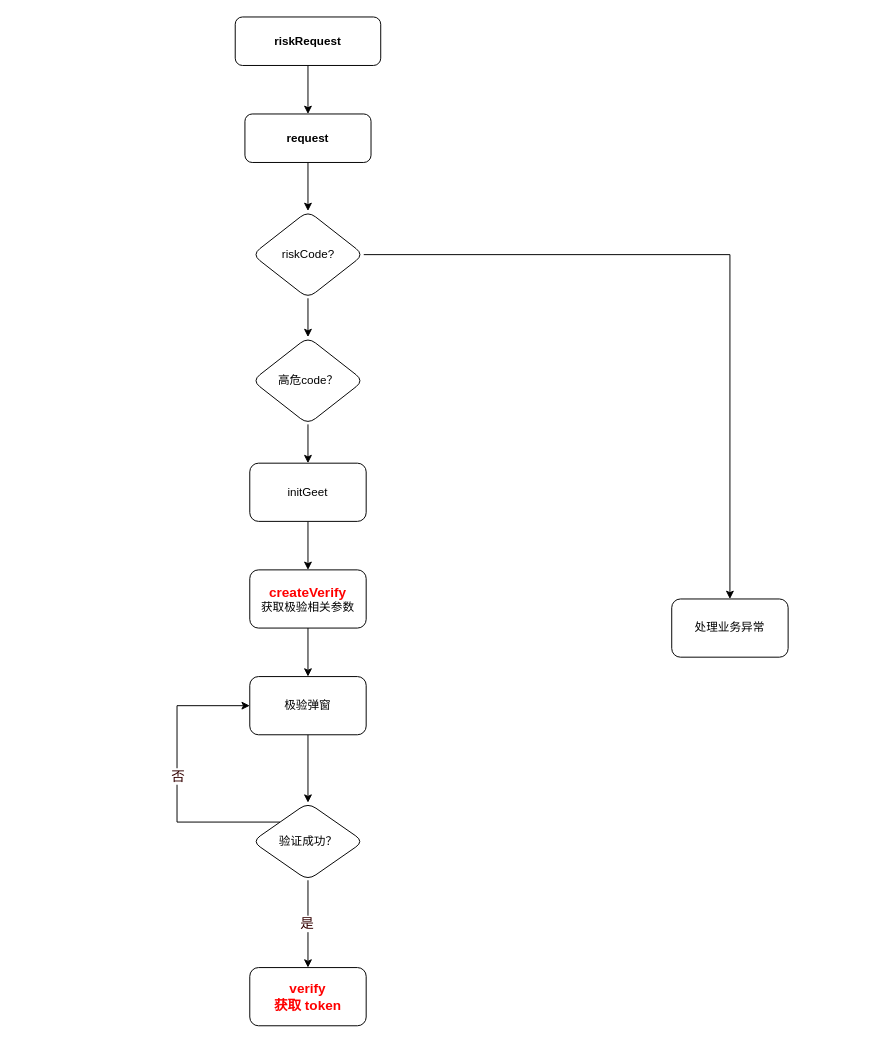
Earlier version of the draw.io diagram riskrequest.drawio (coderyyx/react-captcha). Source tidied: cells renumbered, new cells numbered last; positions are measured from the earlier drawing's top-left corner, leaving out a move shared by most shapes. Both pictures are drawn from the tidied source at 97%, with x=0, y=0 at pixel (177, 16).
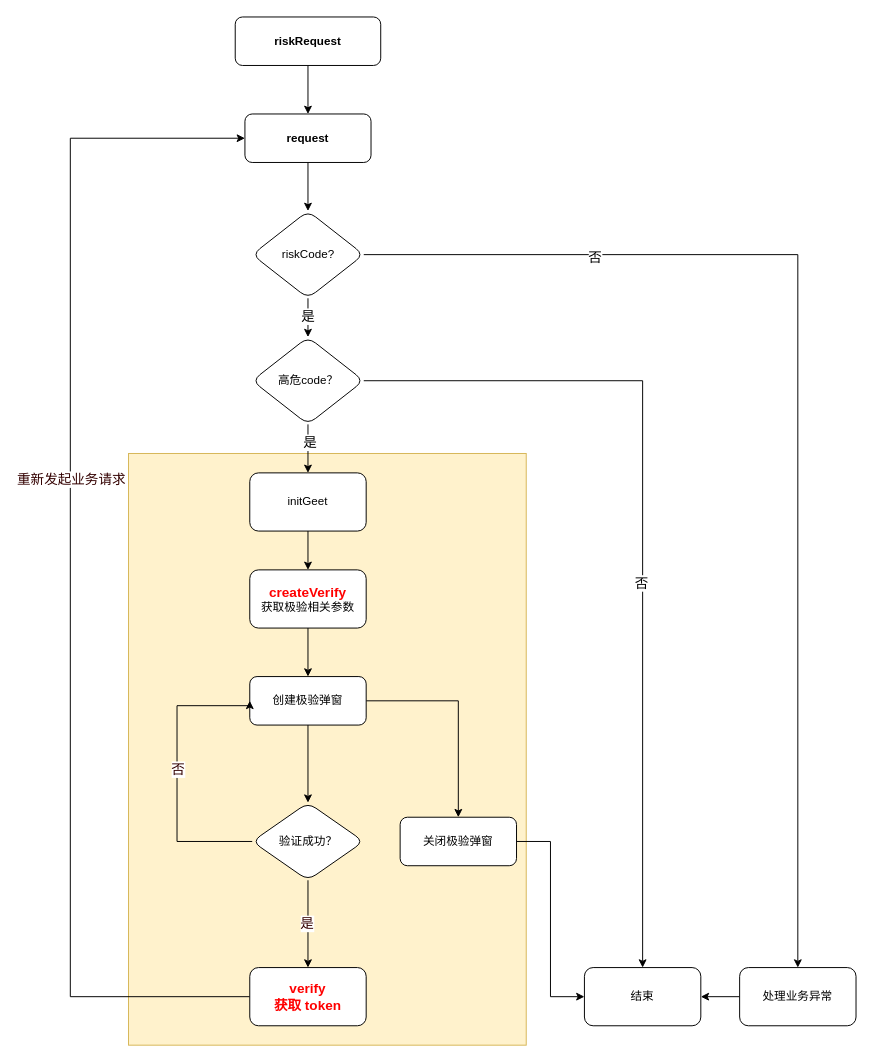
Above is the later version.

The change refers to these unchanged cells:
```xml
<mxCell id="5" value="&lt;b&gt;request&lt;/b&gt;" style="rounded=1;whiteSpace=wrap;html=1;" parent="1" vertex="1">
  <mxGeometry x="70" y="100" width="130" height="50" as="geometry" />
</mxCell>
<mxCell id="6" style="edgeStyle=orthogonalEdgeStyle;rounded=0;jettySize=auto;html=1;" parent="1" edge="1" source="8" target="10">
  <mxGeometry relative="1" as="geometry" />
</mxCell>
<mxCell id="7" style="edgeStyle=orthogonalEdgeStyle;rounded=0;jettySize=auto;html=1;" parent="1" edge="1" source="8" target="15">
  <mxGeometry relative="1" as="geometry" />
</mxCell>
<mxCell id="9" style="edgeStyle=orthogonalEdgeStyle;rounded=0;jettySize=auto;html=1;" parent="1" edge="1" source="10" target="12">
  <mxGeometry relative="1" as="geometry" />
</mxCell>
<mxCell id="10" value="高危code？" style="rhombus;whiteSpace=wrap;html=1;rounded=1;" parent="1" vertex="1">
  <mxGeometry x="77.5" y="330" width="115" height="90" as="geometry" />
</mxCell>
<mxCell id="20" value="验证成功？" style="rhombus;whiteSpace=wrap;html=1;rounded=1;" parent="1" vertex="1">
  <mxGeometry x="77.5" y="810" width="115" height="80" as="geometry" />
</mxCell>
<mxCell id="23" value="&lt;b&gt;&lt;font style=&quot;font-size: 14px;&quot; color=&quot;#ff0000&quot;&gt;verify&lt;br&gt;获取 token&lt;br&gt;&lt;/font&gt;&lt;/b&gt;" style="whiteSpace=wrap;html=1;rounded=1;" parent="1" vertex="1">
  <mxGeometry x="75" y="980" width="120" height="60" as="geometry" />
</mxCell>
```

The edit, as a diff of the source:
```diff
@@
+    <mxCell id="24" style="rounded=0;whiteSpace=wrap;html=1;fontSize=14;fillColor=#fff2cc;strokeColor=#d6b656;" parent="1" vertex="1">
+      <mxGeometry x="-50" y="450" width="410" height="610" as="geometry" />
+    </mxCell>
@@
+    <mxCell id="25" value="是" style="edgeLabel;html=1;align=center;verticalAlign=middle;fontSize=14;fontColor=#000000;" parent="6" vertex="1">
+      <mxGeometry x="-0.1" y="-1" relative="1" as="geometry" />
+    </mxCell>
@@
+    <mxCell id="26" value="否" style="edgeLabel;html=1;align=center;verticalAlign=middle;fontSize=14;fontColor=#000000;" parent="7" vertex="1">
+      <mxGeometry x="-0.6" y="-2" relative="1" as="geometry">
+        <mxPoint x="1" as="offset" />
+      </mxGeometry>
+    </mxCell>
@@
+    <mxCell id="27" value="是" style="edgeLabel;html=1;align=center;verticalAlign=middle;fontSize=14;fontColor=#000000;" parent="9" vertex="1">
+      <mxGeometry x="-0.28" y="1" relative="1" as="geometry" />
+    </mxCell>
+    <mxCell id="28" style="edgeStyle=orthogonalEdgeStyle;rounded=0;jettySize=auto;html=1;entryX=0.5;entryY=0;entryDx=0;entryDy=0;fontSize=14;fontColor=#000000;" parent="1" edge="1" source="10" target="34">
+      <mxGeometry relative="1" as="geometry" />
+    </mxCell>
+    <mxCell id="29" value="否" style="edgeLabel;html=1;align=center;verticalAlign=middle;fontSize=14;fontColor=#000000;" parent="28" vertex="1">
+      <mxGeometry x="0.11" y="-2" relative="1" as="geometry">
+        <mxPoint y="1" as="offset" />
+      </mxGeometry>
+    </mxCell>
@@
     <mxCell id="12" value="initGeet" style="whiteSpace=wrap;html=1;rounded=1;" parent="1" vertex="1">
-      <mxGeometry x="75" y="460" width="120" height="60" as="geometry" />
+      <mxGeometry x="75" y="470" width="120" height="60" as="geometry" />
     </mxCell>
@@
+    <mxCell id="30" style="edgeStyle=orthogonalEdgeStyle;rounded=0;jettySize=auto;html=1;fontSize=14;fontColor=#000000;" parent="1" edge="1" source="14" target="36">
+      <mxGeometry relative="1" as="geometry" />
+    </mxCell>
-    <mxCell id="14" value="极验弹窗" style="whiteSpace=wrap;html=1;rounded=1;" parent="1" vertex="1">
-      <mxGeometry x="75" y="680" width="120" height="60" as="geometry" />
+    <mxCell id="14" value="创建极验弹窗" style="whiteSpace=wrap;html=1;rounded=1;" parent="1" vertex="1">
+      <mxGeometry x="75" y="680" width="120" height="50" as="geometry" />
     </mxCell>
+    <mxCell id="31" style="edgeStyle=orthogonalEdgeStyle;rounded=0;jettySize=auto;html=1;fontSize=14;fontColor=#000000;" parent="1" edge="1" source="15" target="34">
+      <mxGeometry relative="1" as="geometry" />
+    </mxCell>
     <mxCell id="15" value="处理业务异常" style="whiteSpace=wrap;html=1;rounded=1;" parent="1" vertex="1">
-      <mxGeometry x="510" y="600" width="120" height="60" as="geometry" />
+      <mxGeometry x="580" y="980" width="120" height="60" as="geometry" />
     </mxCell>
@@
     <mxCell id="18" style="edgeStyle=orthogonalEdgeStyle;rounded=0;jettySize=auto;html=1;entryX=0;entryY=0.5;entryDx=0;entryDy=0;fontSize=14;fontColor=#FF0000;" parent="1" edge="1" source="20" target="14">
       <mxGeometry relative="1" as="geometry">
         <Array as="points">
-          <mxPoint y="830" />
+          <mxPoint y="850" />
           <mxPoint y="710" />
+          <mxPoint x="75" y="710" />
         </Array>
       </mxGeometry>
     </mxCell>
@@
+    <mxCell id="32" style="edgeStyle=orthogonalEdgeStyle;rounded=0;jettySize=auto;html=1;fontSize=14;fontColor=#330000;entryX=0;entryY=0.5;entryDx=0;entryDy=0;" parent="1" edge="1" source="23" target="5">
+      <mxGeometry relative="1" as="geometry">
+        <Array as="points">
+          <mxPoint x="-110" y="1010" />
+          <mxPoint x="-110" y="125" />
+        </Array>
+      </mxGeometry>
+    </mxCell>
+    <mxCell id="33" value="重新发起业务请求" style="edgeLabel;html=1;align=center;verticalAlign=middle;fontSize=14;fontColor=#330000;" parent="32" vertex="1">
+      <mxGeometry x="0.15" relative="1" as="geometry" />
+    </mxCell>
@@
+    <mxCell id="34" value="结束" style="whiteSpace=wrap;html=1;rounded=1;" parent="1" vertex="1">
+      <mxGeometry x="420" y="980" width="120" height="60" as="geometry" />
+    </mxCell>
+    <mxCell id="35" style="edgeStyle=orthogonalEdgeStyle;rounded=0;jettySize=auto;html=1;entryX=0;entryY=0.5;entryDx=0;entryDy=0;fontSize=14;fontColor=#000000;" parent="1" edge="1" source="36" target="34">
+      <mxGeometry relative="1" as="geometry" />
+    </mxCell>
+    <mxCell id="36" value="关闭极验弹窗" style="whiteSpace=wrap;html=1;rounded=1;" parent="1" vertex="1">
+      <mxGeometry x="230" y="825" width="120" height="50" as="geometry" />
+    </mxCell>
```
